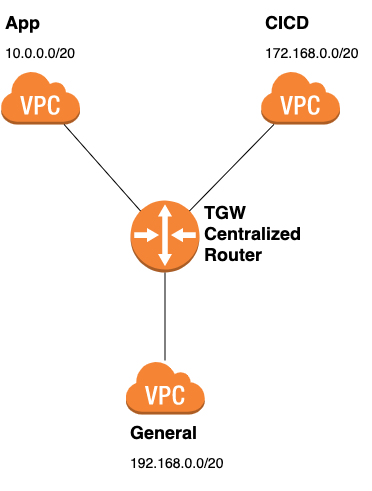
This is img/tnt.png from JudeQuintana/judequintana.github.io, a draw.io export, as it was before one commit. Source tidied: cells renumbered, new cells last; positions are measured from the earlier drawing's top-left corner, leaving out a move shared by most shapes.
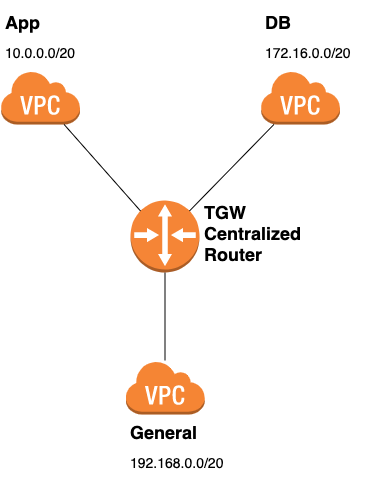
Above is the later version.

Change to the diagram source:
```diff
@@ -29,7 +29,7 @@
     <mxCell id="10" value="&lt;h1 style=&quot;font-size: 18px&quot;&gt;App&lt;/h1&gt;&lt;p&gt;&lt;font style=&quot;font-size: 14px&quot;&gt;10.0.0.0/20&lt;/font&gt;&lt;/p&gt;" style="text;html=1;strokeColor=none;fillColor=none;spacing=5;spacingTop=-20;whiteSpace=wrap;overflow=hidden;rounded=0;" parent="1" vertex="1">
       <mxGeometry width="111" height="70" as="geometry" />
     </mxCell>
-    <mxCell id="11" value="&lt;h1 style=&quot;font-size: 18px&quot;&gt;CICD&lt;/h1&gt;&lt;p&gt;&lt;font style=&quot;font-size: 14px&quot;&gt;172.168.0.0/20&lt;/font&gt;&lt;/p&gt;" style="text;html=1;strokeColor=none;fillColor=none;spacing=5;spacingTop=-20;whiteSpace=wrap;overflow=hidden;rounded=0;" parent="1" vertex="1">
+    <mxCell id="11" value="&lt;h1 style=&quot;font-size: 18px&quot;&gt;DB&lt;/h1&gt;&lt;p&gt;&lt;font style=&quot;font-size: 14px&quot;&gt;172.16.0.0/20&lt;/font&gt;&lt;/p&gt;" style="text;html=1;strokeColor=none;fillColor=none;spacing=5;spacingTop=-20;whiteSpace=wrap;overflow=hidden;rounded=0;" parent="1" vertex="1">
       <mxGeometry x="260" width="111" height="70" as="geometry" />
     </mxCell>
     <mxCell id="12" value="&lt;h1 style=&quot;font-size: 18px&quot;&gt;TGW Centralized Router&lt;/h1&gt;" style="text;html=1;strokeColor=none;fillColor=none;spacing=5;spacingTop=-20;whiteSpace=wrap;overflow=hidden;rounded=0;" parent="1" vertex="1">
```
